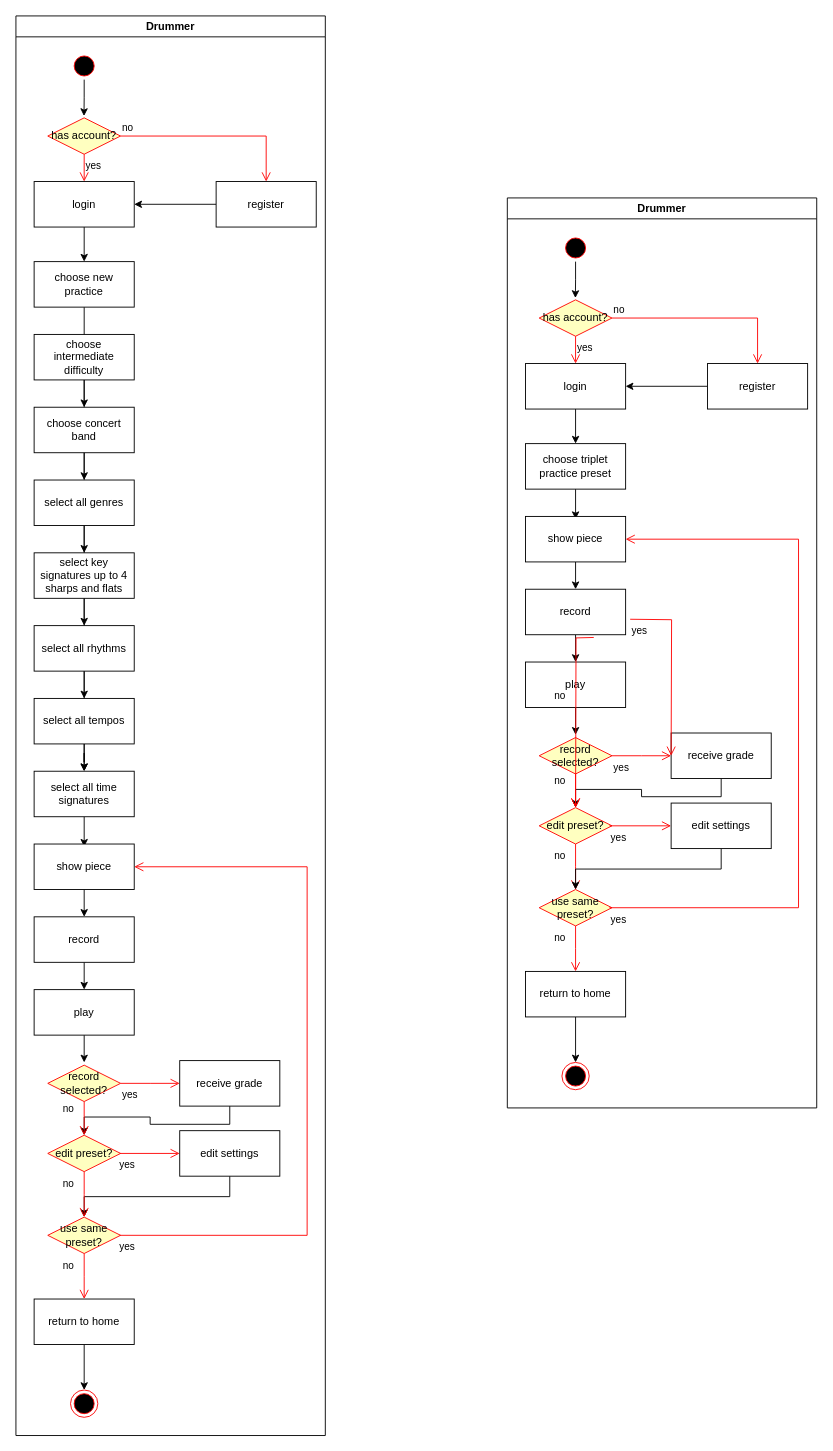
Above: UML Diagram.drawio in software-students-spring2025/1-specification-exercise-the-wireframers (draw.io), before the change. Source tidied: cells renumbered, new cells numbered last; positions are measured from the earlier drawing's top-left corner, leaving out a move shared by most shapes. Both pictures are drawn from the tidied source at 91%, with x=0, y=0 at pixel (15, 15).
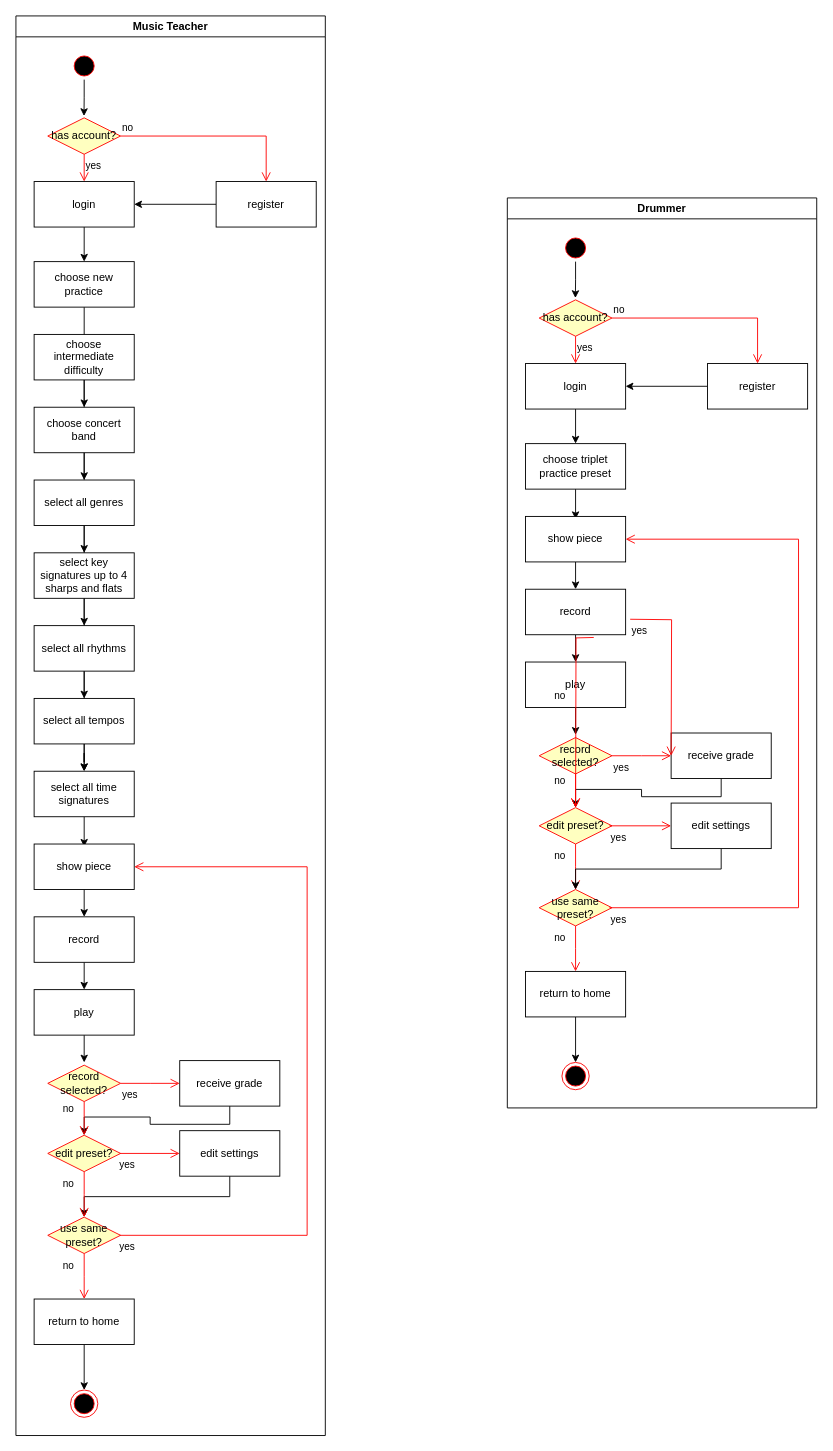
Above is the later version.

What changed in the source:
```diff
@@
-    <mxCell id="46" value="Drummer" style="swimlane;whiteSpace=wrap;startSize=23;" parent="1" vertex="1">
+    <mxCell id="46" value="Music Teacher" style="swimlane;whiteSpace=wrap;startSize=23;" parent="1" vertex="1">
       <mxGeometry width="340" height="1560" as="geometry" />
     </mxCell>
```
